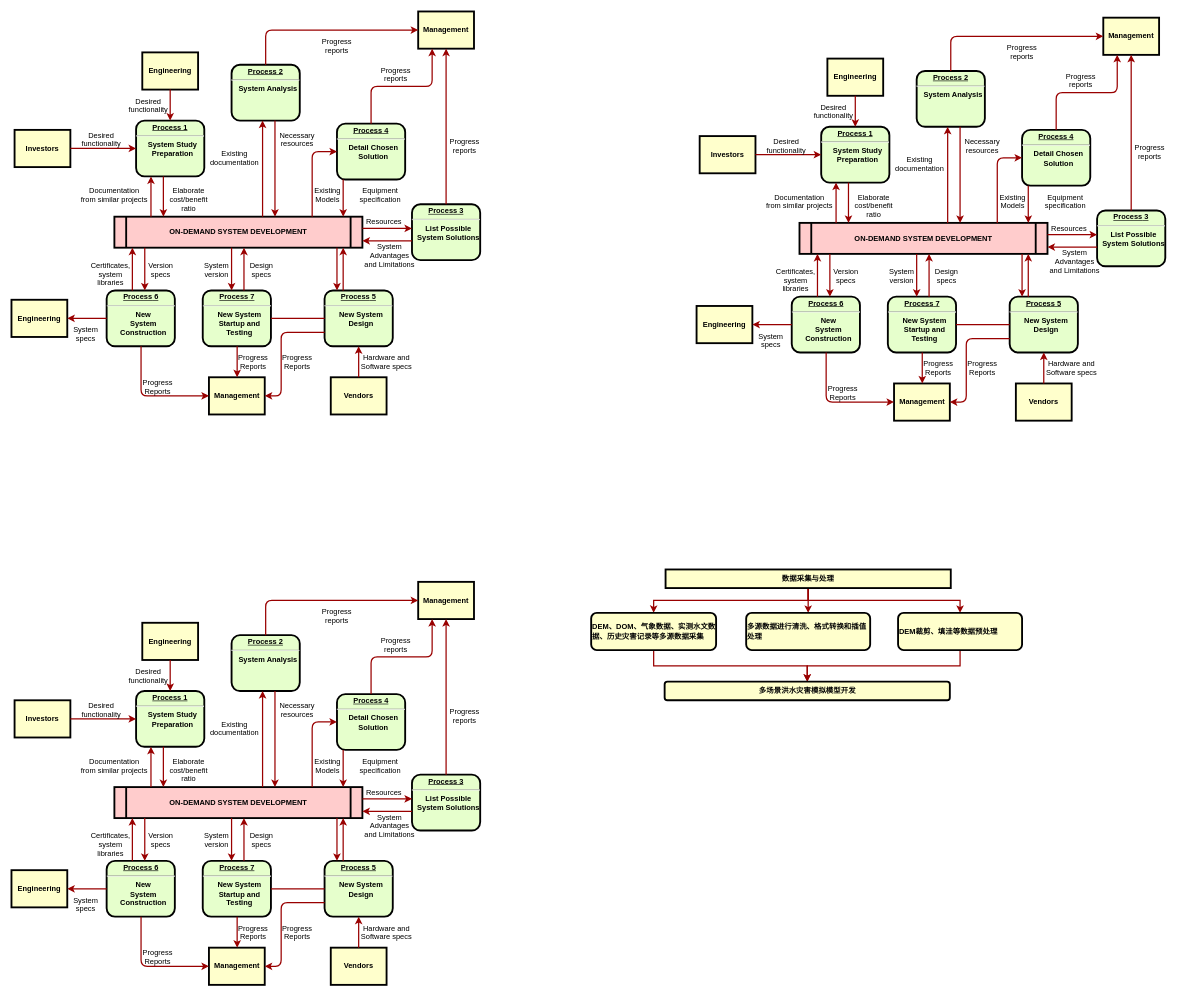
Before: 技术路线092810.drawio in 2194659459/drawImage, a draw.io diagram. Source tidied: cells renumbered, new cells numbered last; positions are measured from the earlier drawing's top-left corner, leaving out a move shared by most shapes. Both pictures are drawn from the tidied source at 62%, with x=0, y=0 at pixel (11, 11).
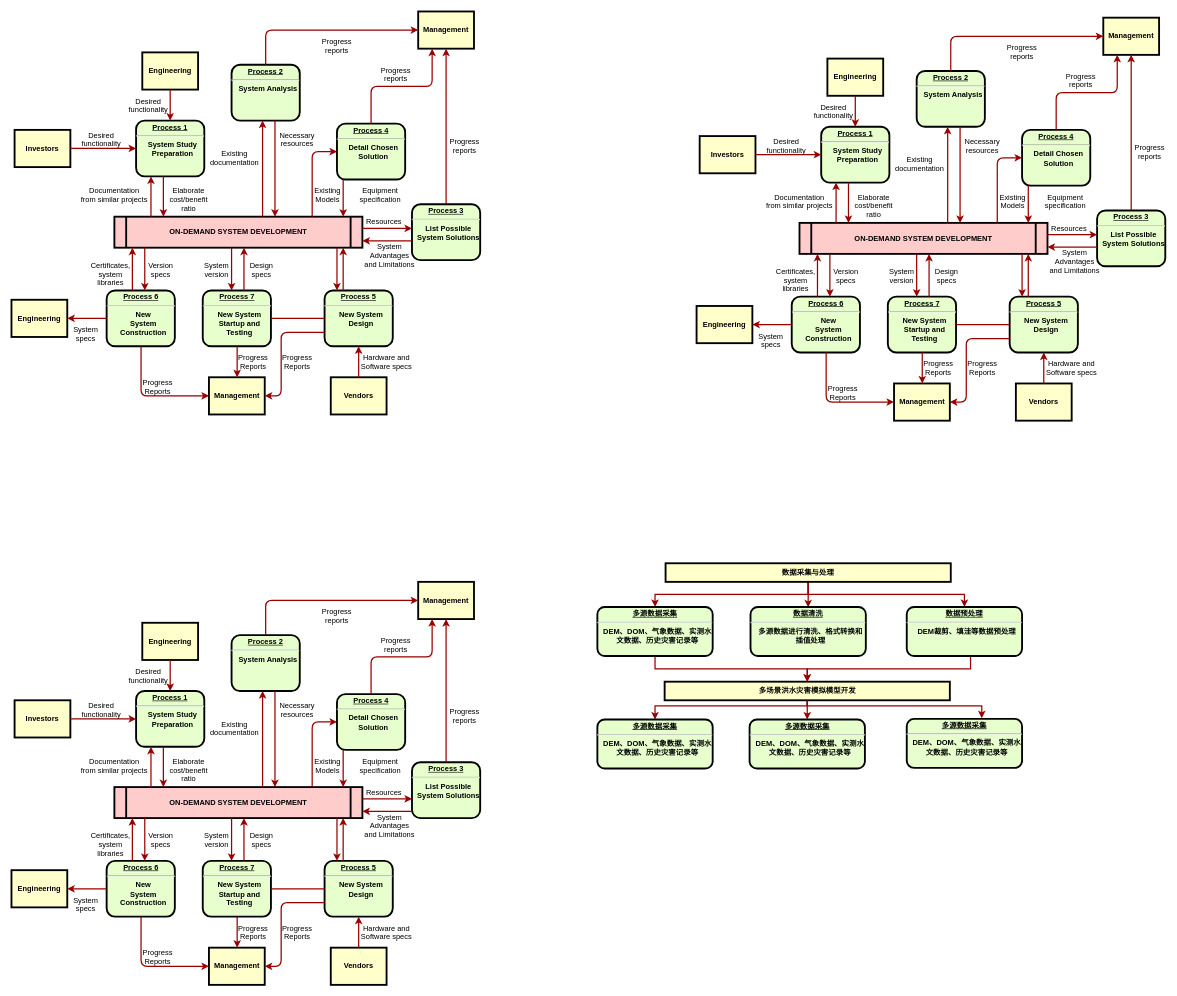
After the change.

Commit message (it also covers changes not shown here):
更新技术路线092810.drawio

Diff of the diagram source:
```diff
@@
     <mxCell id="129" value="&lt;p style=&quot;margin: 0px; margin-top: 4px; text-align: center; text-decoration: underline;&quot;&gt;&lt;strong&gt;&lt;strong&gt;Process&lt;/strong&gt; 3&lt;br /&gt;&lt;/strong&gt;&lt;/p&gt;&lt;hr /&gt;&lt;p style=&quot;margin: 0px; margin-left: 8px;&quot;&gt;List Possible&lt;/p&gt;&lt;p style=&quot;margin: 0px; margin-left: 8px;&quot;&gt;System Solutions&lt;/p&gt;" style="verticalAlign=middle;align=center;overflow=fill;fontSize=12;fontFamily=Helvetica;html=1;rounded=1;fontStyle=1;strokeWidth=3;fillColor=#E6FFCC;" parent="1" vertex="1">
-      <mxGeometry x="646" y="1231" width="110" height="90" as="geometry" />
+      <mxGeometry x="646" y="1211" width="110" height="90" as="geometry" />
     </mxCell>
@@
-    <mxCell id="185" style="edgeStyle=orthogonalEdgeStyle;rounded=0;jettySize=auto;html=1;strokeWidth=2;strokeColor=#990000;" parent="1" edge="1" source="188" target="191">
-      <mxGeometry relative="1" as="geometry" />
-    </mxCell>
-    <mxCell id="186" style="edgeStyle=orthogonalEdgeStyle;rounded=0;jettySize=auto;html=1;exitX=0.5;exitY=1;exitDx=0;exitDy=0;entryX=0.5;entryY=0;entryDx=0;entryDy=0;strokeColor=#990000;strokeWidth=2;" parent="1" edge="1" source="188" target="190">
-      <mxGeometry relative="1" as="geometry" />
-    </mxCell>
-    <mxCell id="187" style="edgeStyle=orthogonalEdgeStyle;rounded=0;jettySize=auto;html=1;exitX=0.5;exitY=1;exitDx=0;exitDy=0;strokeWidth=2;strokeColor=#990000;" parent="1" edge="1" source="188" target="193">
-      <mxGeometry relative="1" as="geometry" />
-    </mxCell>
+    <mxCell id="195" style="edgeStyle=orthogonalEdgeStyle;rounded=0;jettySize=auto;html=1;entryX=0.5;entryY=0;entryDx=0;entryDy=0;strokeColor=#990000;strokeWidth=2;align=center;verticalAlign=middle;fontFamily=Helvetica;fontSize=11;fontColor=default;labelBackgroundColor=default;endArrow=classic;" parent="1" edge="1" source="188" target="201">
+      <mxGeometry relative="1" as="geometry">
+        <Array as="points">
+          <mxPoint x="1285" y="940" />
+          <mxPoint x="1038" y="940" />
+        </Array>
+      </mxGeometry>
+    </mxCell>
+    <mxCell id="196" style="edgeStyle=orthogonalEdgeStyle;rounded=0;jettySize=auto;html=1;strokeColor=#990000;strokeWidth=2;align=center;verticalAlign=middle;fontFamily=Helvetica;fontSize=11;fontColor=default;labelBackgroundColor=default;endArrow=classic;" parent="1" edge="1" source="188">
+      <mxGeometry relative="1" as="geometry">
+        <mxPoint x="1285" y="961" as="targetPoint" />
+      </mxGeometry>
+    </mxCell>
+    <mxCell id="197" style="edgeStyle=orthogonalEdgeStyle;rounded=0;jettySize=auto;html=1;entryX=0.5;entryY=0;entryDx=0;entryDy=0;strokeColor=#990000;strokeWidth=2;align=center;verticalAlign=middle;fontFamily=Helvetica;fontSize=11;fontColor=default;labelBackgroundColor=default;endArrow=classic;" parent="1" edge="1" source="188" target="203">
+      <mxGeometry relative="1" as="geometry" />
+    </mxCell>
-    <mxCell id="188" value="数据采集与处理" style="whiteSpace=wrap;align=center;verticalAlign=middle;fontStyle=1;strokeWidth=3;fillColor=#FFFFCC;" parent="1" vertex="1">
-      <mxGeometry x="1055" y="900" width="460" height="30" as="geometry" />
+    <mxCell id="188" value="数据采集与处理" style="whiteSpace=wrap;align=center;verticalAlign=middle;fontStyle=1;strokeWidth=3;fillColor=#FFFFCC;strokeColor=default;fontFamily=Helvetica;fontSize=12;fontColor=default;" parent="1" vertex="1">
+      <mxGeometry x="1055" y="890" width="460" height="30" as="geometry" />
     </mxCell>
-    <mxCell id="189" style="edgeStyle=orthogonalEdgeStyle;rounded=0;jettySize=auto;html=1;entryX=0.5;entryY=0;entryDx=0;entryDy=0;strokeColor=#990000;strokeWidth=2;align=center;verticalAlign=middle;fontFamily=Helvetica;fontSize=11;fontColor=default;labelBackgroundColor=default;endArrow=classic;" parent="1" edge="1" source="190" target="194">
-      <mxGeometry relative="1" as="geometry" />
-    </mxCell>
-    <mxCell id="190" value="DEM、DOM、气象数据、实测水文数据、历史灾害记录等多源数据采集 " style="whiteSpace=wrap;align=left;verticalAlign=middle;fontStyle=1;strokeWidth=3;fillColor=#FFFFCC;rounded=1;" parent="1" vertex="1">
-      <mxGeometry x="935" y="970" width="201.5" height="60" as="geometry" />
-    </mxCell>
-    <mxCell id="191" value="多源数据进行清洗、格式转换和插值处理" style="whiteSpace=wrap;align=left;verticalAlign=middle;fontStyle=1;strokeWidth=3;fillColor=#FFFFCC;rounded=1;" parent="1" vertex="1">
-      <mxGeometry x="1185" y="970" width="200" height="60" as="geometry" />
-    </mxCell>
-    <mxCell id="192" style="edgeStyle=orthogonalEdgeStyle;rounded=0;jettySize=auto;html=1;entryX=0.5;entryY=0;entryDx=0;entryDy=0;strokeColor=#990000;strokeWidth=2;align=center;verticalAlign=middle;fontFamily=Helvetica;fontSize=11;fontColor=default;labelBackgroundColor=default;endArrow=classic;" parent="1" edge="1" source="193" target="194">
+    <mxCell id="192" style="edgeStyle=orthogonalEdgeStyle;rounded=0;jettySize=auto;html=1;entryX=0.5;entryY=0;entryDx=0;entryDy=0;strokeColor=#990000;strokeWidth=2;align=center;verticalAlign=middle;fontFamily=Helvetica;fontSize=11;fontColor=default;labelBackgroundColor=default;endArrow=classic;exitX=0.553;exitY=0.996;exitDx=0;exitDy=0;exitPerimeter=0;" parent="1" edge="1" source="203" target="194">
       <mxGeometry relative="1" as="geometry" />
     </mxCell>
-    <mxCell id="193" value="DEM裁剪、填洼等数据预处理" style="whiteSpace=wrap;align=left;verticalAlign=middle;fontStyle=1;strokeWidth=3;fillColor=#FFFFCC;rounded=1;shadow=0;glass=0;" parent="1" vertex="1">
-      <mxGeometry x="1430" y="970" width="200" height="60" as="geometry" />
-    </mxCell>
+    <mxCell id="198" style="edgeStyle=orthogonalEdgeStyle;rounded=0;jettySize=auto;html=1;strokeColor=#990000;strokeWidth=2;align=center;verticalAlign=middle;fontFamily=Helvetica;fontSize=11;fontColor=default;labelBackgroundColor=default;endArrow=classic;" parent="1" edge="1" source="194" target="204">
+      <mxGeometry relative="1" as="geometry" />
+    </mxCell>
+    <mxCell id="199" style="edgeStyle=orthogonalEdgeStyle;rounded=0;jettySize=auto;html=1;entryX=0.5;entryY=0;entryDx=0;entryDy=0;strokeColor=#990000;strokeWidth=2;align=center;verticalAlign=middle;fontFamily=Helvetica;fontSize=11;fontColor=default;labelBackgroundColor=default;endArrow=classic;" parent="1" edge="1" source="194" target="205">
+      <mxGeometry relative="1" as="geometry">
+        <Array as="points">
+          <mxPoint x="1284" y="1120" />
+          <mxPoint x="1038" y="1120" />
+        </Array>
+      </mxGeometry>
+    </mxCell>
-    <mxCell id="194" value="多场景洪水灾害模拟模型开发" style="whiteSpace=wrap;align=center;verticalAlign=middle;fontStyle=1;strokeWidth=3;fillColor=#FFFFCC;rounded=1;strokeColor=default;fontFamily=Helvetica;fontSize=12;fontColor=default;" parent="1" vertex="1">
+    <mxCell id="194" value="多场景洪水灾害模拟模型开发" style="whiteSpace=wrap;align=center;verticalAlign=middle;fontStyle=1;strokeWidth=3;fillColor=#FFFFCC;rounded=0;strokeColor=default;fontFamily=Helvetica;fontSize=12;fontColor=default;" parent="1" vertex="1">
       <mxGeometry x="1053.5" y="1081" width="460" height="30" as="geometry" />
     </mxCell>
+    <mxCell id="200" style="edgeStyle=orthogonalEdgeStyle;rounded=0;jettySize=auto;html=1;strokeColor=#990000;strokeWidth=2;align=center;verticalAlign=middle;fontFamily=Helvetica;fontSize=11;fontColor=default;labelBackgroundColor=default;endArrow=classic;" parent="1" edge="1" source="201" target="194">
+      <mxGeometry relative="1" as="geometry" />
+    </mxCell>
+    <mxCell id="201" value="&lt;p style=&quot;margin: 0px; margin-top: 4px; text-align: center; text-decoration: underline;&quot;&gt;&lt;span style=&quot;text-wrap: wrap; background-color: initial;&quot;&gt;多源数据采集&lt;/span&gt;&lt;strong&gt;&lt;br&gt;&lt;/strong&gt;&lt;/p&gt;&lt;hr&gt;&lt;p style=&quot;margin: 0px; margin-left: 8px;&quot;&gt;&lt;span style=&quot;text-wrap: wrap;&quot;&gt;DEM、DOM、气象数据、实测水文数据、历史灾害记录等&lt;/span&gt;&lt;br&gt;&lt;/p&gt;" style="verticalAlign=middle;align=center;overflow=fill;fontSize=12;fontFamily=Helvetica;html=1;rounded=1;fontStyle=1;strokeWidth=3;fillColor=#E6FFCC;" parent="1" vertex="1">
+      <mxGeometry x="945" y="960.5" width="186" height="79" as="geometry" />
+    </mxCell>
+    <mxCell id="202" value="&lt;p style=&quot;margin: 0px; margin-top: 4px; text-align: center; text-decoration: underline;&quot;&gt;&lt;span style=&quot;text-wrap: wrap; background-color: initial;&quot;&gt;数据清洗&lt;/span&gt;&lt;strong&gt;&lt;br&gt;&lt;/strong&gt;&lt;/p&gt;&lt;hr&gt;&lt;p style=&quot;margin: 0px; margin-left: 8px;&quot;&gt;&lt;span style=&quot;text-wrap: wrap;&quot;&gt;多源数据进行清洗、格式转换和插值处理&lt;/span&gt;&lt;br&gt;&lt;/p&gt;" style="verticalAlign=middle;align=center;overflow=fill;fontSize=12;fontFamily=Helvetica;html=1;rounded=1;fontStyle=1;strokeWidth=3;fillColor=#E6FFCC;" parent="1" vertex="1">
+      <mxGeometry x="1192" y="960.5" width="186" height="79" as="geometry" />
+    </mxCell>
+    <mxCell id="203" value="&lt;p style=&quot;margin: 0px; margin-top: 4px; text-align: center; text-decoration: underline;&quot;&gt;&lt;span style=&quot;text-wrap: wrap; background-color: initial;&quot;&gt;数据预处理&lt;/span&gt;&lt;strong&gt;&lt;br&gt;&lt;/strong&gt;&lt;/p&gt;&lt;hr&gt;&lt;p style=&quot;margin: 0px; margin-left: 8px;&quot;&gt;&lt;span style=&quot;text-wrap: wrap;&quot;&gt;DEM裁剪、填洼等数据预处理&lt;/span&gt;&lt;br&gt;&lt;/p&gt;" style="verticalAlign=middle;align=center;overflow=fill;fontSize=12;fontFamily=Helvetica;html=1;rounded=1;fontStyle=1;strokeWidth=3;fillColor=#E6FFCC;" parent="1" vertex="1">
+      <mxGeometry x="1444" y="960.5" width="186" height="79" as="geometry" />
+    </mxCell>
+    <mxCell id="204" value="&lt;p style=&quot;margin: 0px; margin-top: 4px; text-align: center; text-decoration: underline;&quot;&gt;&lt;span style=&quot;text-wrap: wrap; background-color: initial;&quot;&gt;多源数据采集&lt;/span&gt;&lt;strong&gt;&lt;br&gt;&lt;/strong&gt;&lt;/p&gt;&lt;hr&gt;&lt;p style=&quot;margin: 0px; margin-left: 8px;&quot;&gt;&lt;span style=&quot;text-wrap: wrap;&quot;&gt;DEM、DOM、气象数据、实测水文数据、历史灾害记录等&lt;/span&gt;&lt;br&gt;&lt;/p&gt;" style="verticalAlign=middle;align=center;overflow=fill;fontSize=12;fontFamily=Helvetica;html=1;rounded=1;fontStyle=1;strokeWidth=3;fillColor=#E6FFCC;" parent="1" vertex="1">
+      <mxGeometry x="1190.5" y="1142" width="186" height="79" as="geometry" />
+    </mxCell>
+    <mxCell id="205" value="&lt;p style=&quot;margin: 0px; margin-top: 4px; text-align: center; text-decoration: underline;&quot;&gt;&lt;span style=&quot;text-wrap: wrap; background-color: initial;&quot;&gt;多源数据采集&lt;/span&gt;&lt;strong&gt;&lt;br&gt;&lt;/strong&gt;&lt;/p&gt;&lt;hr&gt;&lt;p style=&quot;margin: 0px; margin-left: 8px;&quot;&gt;&lt;span style=&quot;text-wrap: wrap;&quot;&gt;DEM、DOM、气象数据、实测水文数据、历史灾害记录等&lt;/span&gt;&lt;br&gt;&lt;/p&gt;" style="verticalAlign=middle;align=center;overflow=fill;fontSize=12;fontFamily=Helvetica;html=1;rounded=1;fontStyle=1;strokeWidth=3;fillColor=#E6FFCC;" parent="1" vertex="1">
+      <mxGeometry x="945" y="1142" width="186" height="79" as="geometry" />
+    </mxCell>
+    <mxCell id="206" value="&lt;p style=&quot;margin: 0px; margin-top: 4px; text-align: center; text-decoration: underline;&quot;&gt;&lt;span style=&quot;text-wrap: wrap; background-color: initial;&quot;&gt;多源数据采集&lt;/span&gt;&lt;strong&gt;&lt;br&gt;&lt;/strong&gt;&lt;/p&gt;&lt;hr&gt;&lt;p style=&quot;margin: 0px; margin-left: 8px;&quot;&gt;&lt;span style=&quot;text-wrap: wrap;&quot;&gt;DEM、DOM、气象数据、实测水文数据、历史灾害记录等&lt;/span&gt;&lt;br&gt;&lt;/p&gt;" style="verticalAlign=middle;align=center;overflow=fill;fontSize=12;fontFamily=Helvetica;html=1;rounded=1;fontStyle=1;strokeWidth=3;fillColor=#E6FFCC;" parent="1" vertex="1">
+      <mxGeometry x="1444" y="1141" width="186" height="79" as="geometry" />
+    </mxCell>
+    <mxCell id="207" style="edgeStyle=orthogonalEdgeStyle;rounded=0;jettySize=auto;html=1;strokeColor=#990000;strokeWidth=2;align=center;verticalAlign=middle;fontFamily=Helvetica;fontSize=11;fontColor=default;labelBackgroundColor=default;endArrow=classic;" parent="1" edge="1" source="194">
+      <mxGeometry relative="1" as="geometry">
+        <mxPoint x="1565" y="1140" as="targetPoint" />
+        <Array as="points">
+          <mxPoint x="1284" y="1120" />
+          <mxPoint x="1565" y="1120" />
+        </Array>
+      </mxGeometry>
+    </mxCell>
```
